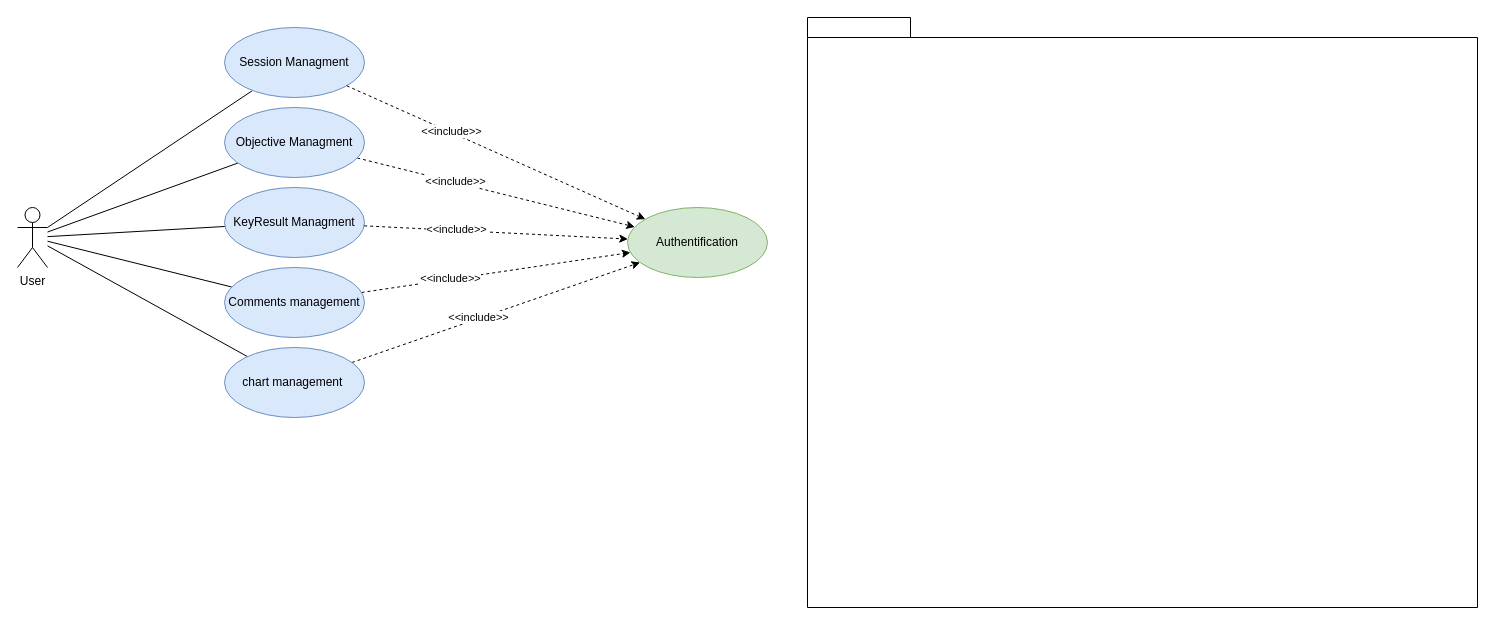
Before: page "Global" (1 of 3) of UseCase_Diagram.drawio in KhFendri/OKR_UML, a draw.io diagram. Source tidied: cells renumbered, new cells numbered last; positions are measured from the earlier drawing's top-left corner, leaving out a move shared by most shapes. Both pictures are drawn from the tidied source at 100%, with x=0, y=0 at pixel (17, 17).
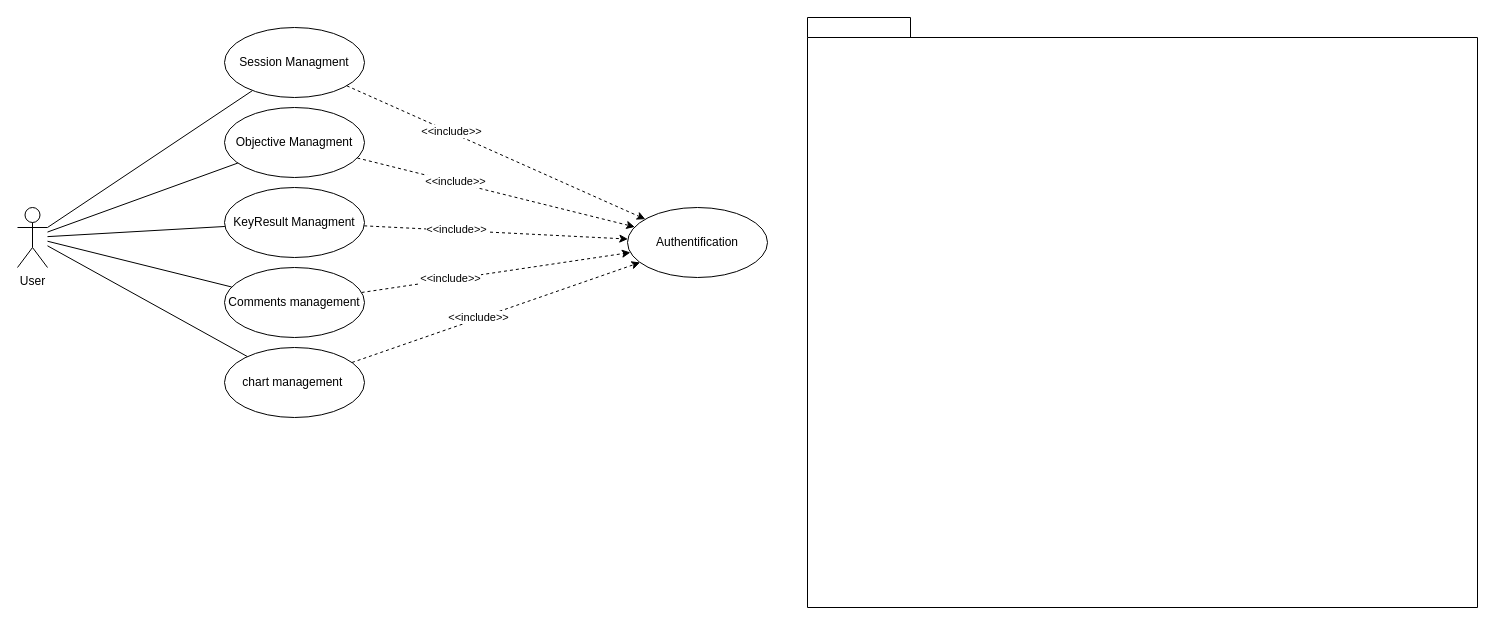
The same diagram, later.

Diff of the diagram source:
```diff
@@
-    <mxCell id="12" value="Authentification" style="ellipse;whiteSpace=wrap;html=1;fillColor=#d5e8d4;strokeColor=#82b366;" parent="1" vertex="1">
+    <mxCell id="12" value="Authentification" style="ellipse;whiteSpace=wrap;html=1;" parent="1" vertex="1">
       <mxGeometry x="610" y="190" width="140" height="70" as="geometry" />
     </mxCell>
@@
-    <mxCell id="15" value="Objective Managment" style="ellipse;whiteSpace=wrap;html=1;fillColor=#dae8fc;strokeColor=#6c8ebf;" parent="1" vertex="1">
+    <mxCell id="15" value="Objective Managment" style="ellipse;whiteSpace=wrap;html=1;" parent="1" vertex="1">
       <mxGeometry x="207" y="90" width="140" height="70" as="geometry" />
     </mxCell>
-    <mxCell id="16" value="KeyResult Managment" style="ellipse;whiteSpace=wrap;html=1;fillColor=#dae8fc;strokeColor=#6c8ebf;" parent="1" vertex="1">
+    <mxCell id="16" value="KeyResult Managment" style="ellipse;whiteSpace=wrap;html=1;" parent="1" vertex="1">
       <mxGeometry x="207" y="170" width="140" height="70" as="geometry" />
     </mxCell>
-    <mxCell id="17" value="Session Managment" style="ellipse;whiteSpace=wrap;html=1;fillColor=#dae8fc;strokeColor=#6c8ebf;" parent="1" vertex="1">
+    <mxCell id="17" value="Session Managment" style="ellipse;whiteSpace=wrap;html=1;" parent="1" vertex="1">
       <mxGeometry x="207" y="10" width="140" height="70" as="geometry" />
     </mxCell>
@@
-    <mxCell id="23" value="Comments management" style="ellipse;whiteSpace=wrap;html=1;fillColor=#dae8fc;strokeColor=#6c8ebf;" parent="1" vertex="1">
+    <mxCell id="23" value="Comments management" style="ellipse;whiteSpace=wrap;html=1;" parent="1" vertex="1">
       <mxGeometry x="207" y="250" width="140" height="70" as="geometry" />
     </mxCell>
-    <mxCell id="24" value="chart management&amp;nbsp;" style="ellipse;whiteSpace=wrap;html=1;fillColor=#dae8fc;strokeColor=#6c8ebf;" parent="1" vertex="1">
+    <mxCell id="24" value="chart management&amp;nbsp;" style="ellipse;whiteSpace=wrap;html=1;" parent="1" vertex="1">
       <mxGeometry x="207" y="330" width="140" height="70" as="geometry" />
     </mxCell>
```
